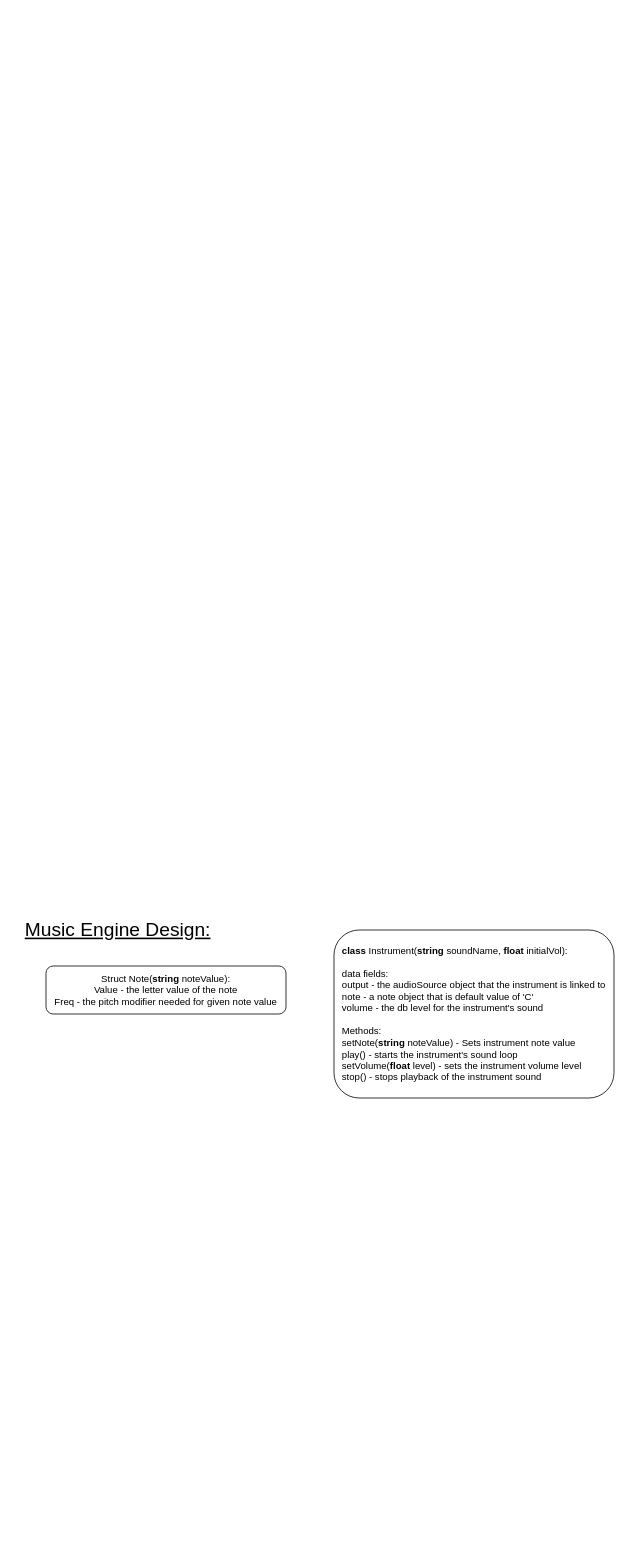
Above: misc Docs/MusicEngineDesign.drawio in jtarr10/SummerGameProject (draw.io), before the change. Source tidied: cells renumbered, new cells numbered last; positions are measured from the earlier drawing's top-left corner, leaving out a move shared by most shapes. Both pictures are drawn from the tidied source at 80%, with x=0, y=0 at pixel (14, 902).
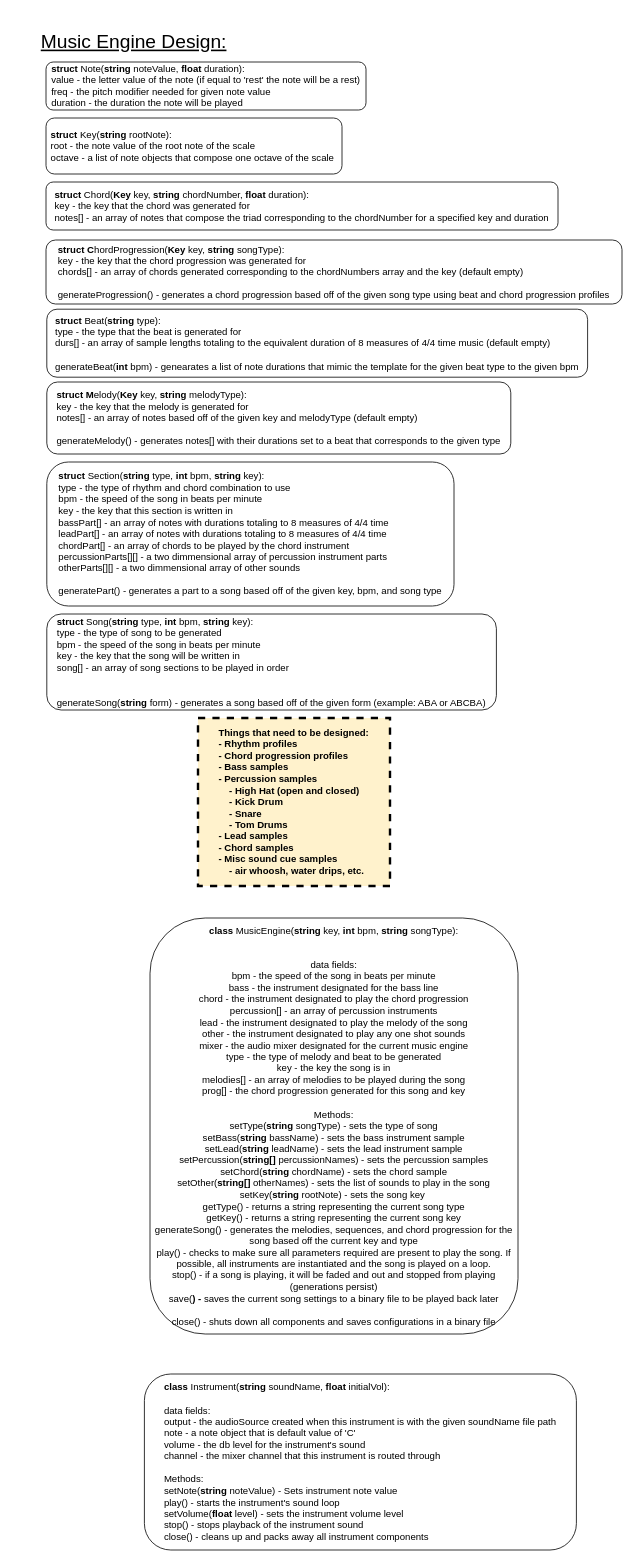
Above is the later version.

What changed in the source:
```diff
@@
 <mxGraphModel>
   <root>
     <mxCell id="0" />
     <mxCell id="1" parent="0" />
-    <mxCell id="2" value="Struct Note(&lt;b&gt;string &lt;/b&gt;noteValue):&lt;br&gt;Value - the letter value of the note&lt;br&gt;Freq - the pitch modifier needed for given note value&lt;br&gt;" style="rounded=1;whiteSpace=wrap;html=1;" parent="1" vertex="1">
-      <mxGeometry x="40" y="80" width="300" height="60" as="geometry" />
+    <mxCell id="2" value="&lt;div style=&quot;text-align: left&quot;&gt;&lt;b&gt;struct &lt;/b&gt;Note(&lt;b&gt;string &lt;/b&gt;noteValue, &lt;b&gt;float &lt;/b&gt;duration):&lt;/div&gt;&lt;div style=&quot;text-align: left&quot;&gt;&lt;span&gt;value - the letter value of the note (if equal to 'rest' the note will be a rest)&lt;/span&gt;&lt;/div&gt;&lt;div style=&quot;text-align: left&quot;&gt;&lt;span&gt;freq - the pitch modifier needed for given note value&lt;/span&gt;&lt;/div&gt;&lt;div style=&quot;text-align: left&quot;&gt;duration - the duration the note will be played&lt;/div&gt;" style="rounded=1;whiteSpace=wrap;html=1;" parent="1" vertex="1">
+      <mxGeometry x="40" y="-1050" width="400" height="60" as="geometry" />
     </mxCell>
     <mxCell id="3" value="&lt;font style=&quot;font-size: 24px&quot;&gt;&lt;u&gt;Music Engine Design:&lt;/u&gt;&lt;/font&gt;" style="text;html=1;strokeColor=none;fillColor=none;align=center;verticalAlign=middle;whiteSpace=wrap;rounded=0;" parent="1" vertex="1">
-      <mxGeometry width="260" height="70" as="geometry" />
+      <mxGeometry x="20" y="-1110" width="260" height="70" as="geometry" />
     </mxCell>
-    <mxCell id="4" value="&lt;div style=&quot;text-align: left&quot;&gt;&lt;b&gt;class&lt;/b&gt; Instrument(&lt;b&gt;string &lt;/b&gt;soundName, &lt;b&gt;float&lt;/b&gt;&amp;nbsp;initialVol):&lt;/div&gt;&lt;div style=&quot;text-align: left&quot;&gt;&lt;br&gt;&lt;/div&gt;&lt;div style=&quot;text-align: left&quot;&gt;data fields:&lt;/div&gt;&lt;div style=&quot;text-align: left&quot;&gt;&lt;span&gt;output - the audioSource object that the instrument is linked to&lt;/span&gt;&lt;/div&gt;&lt;div style=&quot;text-align: left&quot;&gt;&lt;span&gt;note - a note object that is default value of 'C'&lt;/span&gt;&lt;/div&gt;&lt;div style=&quot;text-align: left&quot;&gt;&lt;span&gt;volume - the db level for the instrument's sound&lt;/span&gt;&lt;/div&gt;&lt;div style=&quot;text-align: left&quot;&gt;&lt;br&gt;&lt;/div&gt;&lt;div style=&quot;text-align: left&quot;&gt;&lt;span&gt;Methods:&lt;/span&gt;&lt;/div&gt;&lt;div style=&quot;text-align: left&quot;&gt;setNote(&lt;b&gt;string&lt;/b&gt;&amp;nbsp;noteValue) - Sets instrument note value&lt;/div&gt;&lt;div style=&quot;text-align: left&quot;&gt;play() - starts the instrument's sound loop&lt;/div&gt;&lt;div style=&quot;text-align: left&quot;&gt;setVolume(&lt;b&gt;float&lt;/b&gt;&amp;nbsp;level) - sets the instrument volume level&lt;/div&gt;&lt;div style=&quot;text-align: left&quot;&gt;stop() - stops playback of the instrument sound&lt;/div&gt;" style="rounded=1;whiteSpace=wrap;html=1;" parent="1" vertex="1">
-      <mxGeometry x="400" y="35" width="350" height="210" as="geometry" />
+    <mxCell id="4" value="&lt;div style=&quot;text-align: left&quot;&gt;&lt;b&gt;class&lt;/b&gt; Instrument(&lt;b&gt;string &lt;/b&gt;soundName, &lt;b&gt;float&lt;/b&gt;&amp;nbsp;initialVol):&lt;/div&gt;&lt;div style=&quot;text-align: left&quot;&gt;&lt;br&gt;&lt;/div&gt;&lt;div style=&quot;text-align: left&quot;&gt;data fields:&lt;/div&gt;&lt;div style=&quot;text-align: left&quot;&gt;&lt;span&gt;output - the audioSource created when this instrument is with the given soundName file path&lt;/span&gt;&lt;/div&gt;&lt;div style=&quot;text-align: left&quot;&gt;&lt;span&gt;note - a note object that is default value of 'C'&lt;/span&gt;&lt;/div&gt;&lt;div style=&quot;text-align: left&quot;&gt;&lt;span&gt;volume - the db level for the instrument's sound&lt;/span&gt;&lt;/div&gt;&lt;div style=&quot;text-align: left&quot;&gt;&lt;span&gt;channel - the mixer channel that this instrument is routed through&lt;/span&gt;&lt;/div&gt;&lt;div style=&quot;text-align: left&quot;&gt;&lt;br&gt;&lt;/div&gt;&lt;div style=&quot;text-align: left&quot;&gt;&lt;span&gt;Methods:&lt;/span&gt;&lt;/div&gt;&lt;div style=&quot;text-align: left&quot;&gt;setNote(&lt;b&gt;string&lt;/b&gt;&amp;nbsp;noteValue) - Sets instrument note value&lt;/div&gt;&lt;div style=&quot;text-align: left&quot;&gt;play() - starts the instrument's sound loop&lt;/div&gt;&lt;div style=&quot;text-align: left&quot;&gt;setVolume(&lt;b&gt;float&lt;/b&gt;&amp;nbsp;level) - sets the instrument volume level&lt;/div&gt;&lt;div style=&quot;text-align: left&quot;&gt;stop() - stops playback of the instrument sound&lt;/div&gt;&lt;div style=&quot;text-align: left&quot;&gt;close() - cleans up and packs away all instrument components&lt;/div&gt;" style="rounded=1;whiteSpace=wrap;html=1;" parent="1" vertex="1">
+      <mxGeometry x="163" y="590" width="540" height="220" as="geometry" />
     </mxCell>
+    <mxCell id="5" value="&lt;div style=&quot;text-align: left&quot;&gt;&lt;b&gt;struct &lt;/b&gt;&lt;span&gt;Key(&lt;b&gt;string&lt;/b&gt; rootNote):&lt;/span&gt;&lt;/div&gt;&lt;div style=&quot;text-align: left&quot;&gt;&lt;span&gt;root - the note value of the root note of the scale&lt;/span&gt;&lt;/div&gt;&lt;div style=&quot;text-align: left&quot;&gt;&lt;span&gt;octave - a list of note objects that compose one octave of the scale&amp;nbsp;&lt;/span&gt;&lt;/div&gt;" style="rounded=1;whiteSpace=wrap;html=1;" parent="1" vertex="1">
+      <mxGeometry x="40" y="-980" width="370" height="70" as="geometry" />
+    </mxCell>
+    <mxCell id="6" value="&lt;div style=&quot;text-align: left&quot;&gt;&lt;b&gt;struct&lt;/b&gt; Chord(&lt;b&gt;Key &lt;/b&gt;key, &lt;b&gt;string &lt;/b&gt;chordNumber, &lt;b&gt;float &lt;/b&gt;duration):&lt;/div&gt;&lt;div style=&quot;text-align: left&quot;&gt;key - the key that the chord was generated for&lt;/div&gt;&lt;div style=&quot;text-align: left&quot;&gt;notes[] - an array of notes that compose the triad corresponding to the chordNumber for a specified key and duration&lt;/div&gt;" style="rounded=1;whiteSpace=wrap;html=1;" parent="1" vertex="1">
+      <mxGeometry x="40" y="-900" width="640" height="60" as="geometry" />
+    </mxCell>
+    <mxCell id="7" value="&lt;div style=&quot;text-align: left&quot;&gt;&lt;b&gt;struct C&lt;/b&gt;hordProgression(&lt;b&gt;Key &lt;/b&gt;key, &lt;b&gt;string&lt;/b&gt;&amp;nbsp;songType):&lt;/div&gt;&lt;div style=&quot;text-align: left&quot;&gt;key - the key that the chord progression was generated for&lt;/div&gt;&lt;div style=&quot;text-align: left&quot;&gt;chords[] - an array of chords generated corresponding to the chordNumbers array and the key (default empty)&amp;nbsp;&lt;/div&gt;&lt;div style=&quot;text-align: left&quot;&gt;&lt;br&gt;&lt;/div&gt;&lt;div style=&quot;text-align: left&quot;&gt;generateProgression() - generates a chord progression based off of the given song type using beat and chord progression profiles&lt;/div&gt;" style="rounded=1;whiteSpace=wrap;html=1;" parent="1" vertex="1">
+      <mxGeometry x="40" y="-827.5" width="720" height="80" as="geometry" />
+    </mxCell>
+    <mxCell id="8" value="&lt;div style=&quot;text-align: left&quot;&gt;&lt;b&gt;struct M&lt;/b&gt;elody(&lt;b&gt;Key &lt;/b&gt;key, &lt;b&gt;string&lt;/b&gt;&amp;nbsp;melodyType):&lt;/div&gt;&lt;div style=&quot;text-align: left&quot;&gt;&lt;span&gt;key - the key that the melody is generated for&lt;/span&gt;&lt;/div&gt;&lt;div style=&quot;text-align: left&quot;&gt;notes[] - an array of notes based off of the given key and melodyType (default empty)&lt;/div&gt;&lt;div style=&quot;text-align: left&quot;&gt;&lt;br&gt;&lt;/div&gt;&lt;div style=&quot;text-align: left&quot;&gt;generateMelody() - generates notes[] with their durations set to a beat that corresponds to the given type&lt;/div&gt;" style="rounded=1;whiteSpace=wrap;html=1;" parent="1" vertex="1">
+      <mxGeometry x="41" y="-650" width="580" height="90" as="geometry" />
+    </mxCell>
+    <mxCell id="9" value="&lt;div style=&quot;text-align: center&quot;&gt;&lt;b&gt;class &lt;/b&gt;MusicEngine(&lt;b&gt;string &lt;/b&gt;key, &lt;b&gt;int &lt;/b&gt;bpm, &lt;b&gt;string &lt;/b&gt;songType):&lt;/div&gt;&lt;div style=&quot;text-align: center&quot;&gt;&lt;span&gt;&lt;br&gt;&lt;/span&gt;&lt;/div&gt;&lt;div style=&quot;text-align: center&quot;&gt;&lt;br&gt;&lt;/div&gt;&lt;div style=&quot;text-align: center&quot;&gt;&lt;span&gt;data fields:&lt;/span&gt;&lt;/div&gt;&lt;div style=&quot;text-align: center&quot;&gt;&lt;span&gt;bpm - the speed of the song in beats per minute&lt;/span&gt;&lt;/div&gt;&lt;div style=&quot;text-align: center&quot;&gt;&lt;span&gt;bass - the instrument designated for the bass line&lt;/span&gt;&lt;/div&gt;&lt;div style=&quot;text-align: center&quot;&gt;&lt;span&gt;chord - the instrument designated to play the chord progression&lt;/span&gt;&lt;/div&gt;&lt;div style=&quot;text-align: center&quot;&gt;&lt;span&gt;percussion[] - an array of percussion instruments&lt;/span&gt;&lt;/div&gt;&lt;div style=&quot;text-align: center&quot;&gt;&lt;span&gt;lead - the instrument designated to play the melody of the song&lt;/span&gt;&lt;/div&gt;&lt;div style=&quot;text-align: center&quot;&gt;other - the instrument designated to play any one shot sounds&lt;/div&gt;&lt;div style=&quot;text-align: center&quot;&gt;&lt;span&gt;mixer - the audio mixer designated for the current music engine&lt;/span&gt;&lt;/div&gt;&lt;div style=&quot;text-align: center&quot;&gt;type - the type of melody and beat to be generated&lt;/div&gt;&lt;div style=&quot;text-align: center&quot;&gt;key - the key the song is in&lt;/div&gt;&lt;div style=&quot;text-align: center&quot;&gt;melodies[] - an array of melodies to be played during the song&lt;/div&gt;&lt;div style=&quot;text-align: center&quot;&gt;prog[] - the chord progression generated for this song and key&lt;/div&gt;&lt;div style=&quot;text-align: center&quot;&gt;&lt;br&gt;&lt;/div&gt;&lt;div style=&quot;text-align: center&quot;&gt;Methods:&lt;/div&gt;&lt;div style=&quot;text-align: center&quot;&gt;setType(&lt;b&gt;string &lt;/b&gt;songType) - sets the type of song&lt;/div&gt;&lt;div style=&quot;text-align: center&quot;&gt;setBass(&lt;b&gt;string &lt;/b&gt;bassName) - sets the bass instrument sample&lt;/div&gt;&lt;div style=&quot;text-align: center&quot;&gt;setLead(&lt;b&gt;string &lt;/b&gt;leadName) - sets the lead instrument sample&lt;/div&gt;&lt;div style=&quot;text-align: center&quot;&gt;setPercussion(&lt;b&gt;string[] &lt;/b&gt;percussionNames) - sets the percussion samples&lt;/div&gt;&lt;div style=&quot;text-align: center&quot;&gt;setChord(&lt;b&gt;string &lt;/b&gt;chordName) - sets the chord sample&lt;/div&gt;&lt;div style=&quot;text-align: center&quot;&gt;setOther(&lt;b&gt;string[] &lt;/b&gt;otherNames) - sets the list of sounds to play in the song&lt;/div&gt;&lt;div style=&quot;text-align: center&quot;&gt;setKey(&lt;b&gt;string&lt;/b&gt;&amp;nbsp;rootNote) - sets the song key&amp;nbsp;&lt;/div&gt;&lt;div style=&quot;text-align: center&quot;&gt;getType() - returns a string representing the current song type&lt;/div&gt;&lt;div style=&quot;text-align: center&quot;&gt;getKey() - returns a string representing the current song key&lt;/div&gt;&lt;div style=&quot;text-align: center&quot;&gt;generateSong() - generates the melodies, sequences, and chord progression for the song based off the current key and type&lt;/div&gt;&lt;div style=&quot;text-align: center&quot;&gt;play() - checks to make sure all parameters required are present to play the song. If possible, all instruments are instantiated and the song is played on a loop.&lt;/div&gt;&lt;div style=&quot;text-align: center&quot;&gt;stop() - if a song is playing, it will be faded and out and stopped from playing (generations persist)&lt;/div&gt;&lt;div style=&quot;text-align: center&quot;&gt;save(&lt;b&gt;) - &lt;/b&gt;saves the current song settings to a binary file to be played back later&lt;/div&gt;&lt;div style=&quot;text-align: center&quot;&gt;&lt;br&gt;&lt;/div&gt;&lt;div style=&quot;text-align: center&quot;&gt;close() - shuts down all components and saves configurations in a binary file&lt;/div&gt;" style="rounded=1;whiteSpace=wrap;html=1;" parent="1" vertex="1">
+      <mxGeometry x="170" y="20" width="460" height="520" as="geometry" />
+    </mxCell>
+    <mxCell id="10" value="&lt;div style=&quot;text-align: left&quot;&gt;&lt;b&gt;struct&lt;/b&gt;&amp;nbsp;Beat(&lt;b&gt;string &lt;/b&gt;type):&lt;/div&gt;&lt;div style=&quot;text-align: left&quot;&gt;&lt;span&gt;type - the type that the beat is generated for&lt;/span&gt;&lt;/div&gt;&lt;div style=&quot;text-align: left&quot;&gt;durs[] - an array of sample lengths totaling to the equivalent duration of 8 measures of 4/4 time music (default empty)&lt;/div&gt;&lt;div style=&quot;text-align: left&quot;&gt;&lt;br&gt;&lt;/div&gt;&lt;div style=&quot;text-align: left&quot;&gt;&lt;span&gt;generateBeat(&lt;/span&gt;&lt;b&gt;int &lt;/b&gt;&lt;span&gt;bpm) - genearates a list of note durations that mimic the template for the given beat type to the given bpm&lt;/span&gt;&lt;/div&gt;" style="rounded=1;whiteSpace=wrap;html=1;" parent="1" vertex="1">
+      <mxGeometry x="41" y="-741" width="676" height="85" as="geometry" />
+    </mxCell>
+    <mxCell id="11" value="&lt;div style=&quot;text-align: left&quot;&gt;&lt;b&gt;struct &lt;/b&gt;&lt;span&gt;Song(&lt;/span&gt;&lt;b&gt;string &lt;/b&gt;&lt;span&gt;type, &lt;/span&gt;&lt;b&gt;int &lt;/b&gt;&lt;span&gt;bpm, &lt;/span&gt;&lt;b&gt;string &lt;/b&gt;&lt;span&gt;key):&lt;/span&gt;&lt;/div&gt;&lt;div style=&quot;text-align: left&quot;&gt;&lt;span&gt;type - the type of song to be generated&lt;/span&gt;&lt;/div&gt;&lt;div style=&quot;text-align: left&quot;&gt;&lt;span&gt;bpm - the speed of the song in beats per minute&lt;/span&gt;&lt;/div&gt;&lt;div style=&quot;text-align: left&quot;&gt;&lt;span&gt;key - the key that the song will be written in&lt;/span&gt;&lt;/div&gt;&lt;div style=&quot;text-align: left&quot;&gt;song[] - an array of song sections to be played in order&lt;/div&gt;&lt;div style=&quot;text-align: left&quot;&gt;&lt;br&gt;&lt;/div&gt;&lt;div style=&quot;text-align: left&quot;&gt;&lt;br&gt;&lt;/div&gt;&lt;div style=&quot;text-align: left&quot;&gt;&lt;span&gt;generateSong(&lt;/span&gt;&lt;b&gt;string&lt;/b&gt;&lt;span&gt;&amp;nbsp;form) - generates a song based off of the given form (example: ABA or ABCBA)&lt;/span&gt;&lt;/div&gt;" style="rounded=1;whiteSpace=wrap;html=1;" parent="1" vertex="1">
+      <mxGeometry x="41" y="-360" width="562" height="120" as="geometry" />
+    </mxCell>
+    <mxCell id="12" value="&lt;div style=&quot;text-align: left&quot;&gt;&lt;b&gt;struct&amp;nbsp;&lt;/b&gt;&lt;span&gt;Section(&lt;/span&gt;&lt;b&gt;string &lt;/b&gt;&lt;span&gt;type, &lt;/span&gt;&lt;b&gt;int &lt;/b&gt;&lt;span&gt;bpm, &lt;/span&gt;&lt;b&gt;string &lt;/b&gt;&lt;span&gt;key):&lt;/span&gt;&lt;/div&gt;&lt;div style=&quot;text-align: left&quot;&gt;&lt;span&gt;type - the type of rhythm and chord combination to use&lt;/span&gt;&lt;/div&gt;&lt;div style=&quot;text-align: left&quot;&gt;&lt;span&gt;bpm - the speed of the song in beats per minute&lt;/span&gt;&lt;/div&gt;&lt;div style=&quot;text-align: left&quot;&gt;&lt;span&gt;key - the key that this section is written in&lt;/span&gt;&lt;/div&gt;&lt;div style=&quot;text-align: left&quot;&gt;&lt;span&gt;bassPart[] - an array of notes with durations totaling to 8 measures of 4/4 time&lt;/span&gt;&lt;/div&gt;&lt;div style=&quot;text-align: left&quot;&gt;&lt;span&gt;leadPart[] - an array of notes with durations totaling to 8 measures of 4/4 time&lt;/span&gt;&lt;/div&gt;&lt;div style=&quot;text-align: left&quot;&gt;&lt;span&gt;chordPart[] - an array of chords to be played by the chord instrument&lt;/span&gt;&lt;/div&gt;&lt;div style=&quot;text-align: left&quot;&gt;&lt;span&gt;percussionParts[][] - a two dimmensional array of percussion instrument parts&lt;/span&gt;&lt;/div&gt;&lt;div style=&quot;text-align: left&quot;&gt;&lt;span&gt;otherParts[][] - a two dimmensional array of other sounds&lt;/span&gt;&lt;/div&gt;&lt;div style=&quot;text-align: left&quot;&gt;&lt;span&gt;&lt;br&gt;&lt;/span&gt;&lt;/div&gt;&lt;div style=&quot;text-align: left&quot;&gt;&lt;span&gt;generatePart() - generates a part to a song based off of the given key, bpm, and song type&lt;/span&gt;&lt;/div&gt;" style="rounded=1;whiteSpace=wrap;html=1;" parent="1" vertex="1">
+      <mxGeometry x="41" y="-550" width="509" height="180" as="geometry" />
+    </mxCell>
+    <mxCell id="13" value="&lt;div style=&quot;text-align: left&quot;&gt;&lt;b&gt;&lt;font style=&quot;font-size: 12px&quot;&gt;Things that need to be designed:&lt;/font&gt;&lt;/b&gt;&lt;/div&gt;&lt;div style=&quot;text-align: left&quot;&gt;&lt;b&gt;&lt;font style=&quot;font-size: 12px&quot;&gt;- Rhythm profiles&lt;/font&gt;&lt;/b&gt;&lt;/div&gt;&lt;b&gt;&lt;font style=&quot;font-size: 12px&quot;&gt;&lt;div style=&quot;text-align: left&quot;&gt;&lt;b&gt;- Chord progression profiles&lt;/b&gt;&lt;/div&gt;&lt;div style=&quot;text-align: left&quot;&gt;&lt;b&gt;- Bass samples&lt;/b&gt;&lt;/div&gt;&lt;div style=&quot;text-align: left&quot;&gt;&lt;b&gt;- Percussion samples&lt;/b&gt;&lt;/div&gt;&lt;div style=&quot;text-align: left&quot;&gt;&lt;b&gt;&amp;nbsp; &amp;nbsp; - High Hat (open and closed)&lt;/b&gt;&lt;/div&gt;&lt;div style=&quot;text-align: left&quot;&gt;&lt;b&gt;&amp;nbsp; &amp;nbsp; - Kick Drum&lt;/b&gt;&lt;/div&gt;&lt;div style=&quot;text-align: left&quot;&gt;&lt;b&gt;&amp;nbsp; &amp;nbsp; - Snare&amp;nbsp;&lt;/b&gt;&lt;/div&gt;&lt;div style=&quot;text-align: left&quot;&gt;&lt;b&gt;&amp;nbsp; &amp;nbsp; - Tom Drums&lt;/b&gt;&lt;/div&gt;&lt;div style=&quot;text-align: left&quot;&gt;&lt;b&gt;- Lead samples&lt;/b&gt;&lt;/div&gt;&lt;div style=&quot;text-align: left&quot;&gt;&lt;b&gt;- Chord samples&lt;/b&gt;&lt;/div&gt;&lt;div style=&quot;text-align: left&quot;&gt;&lt;b&gt;- Misc sound cue samples&lt;/b&gt;&lt;/div&gt;&lt;div style=&quot;text-align: left&quot;&gt;&lt;b&gt;&amp;nbsp; &amp;nbsp; - air whoosh, water drips, etc.&lt;/b&gt;&lt;/div&gt;&lt;/font&gt;&lt;/b&gt;" style="rounded=0;whiteSpace=wrap;html=1;fillColor=#fff2cc;strokeColor=#000000;dashed=1;strokeWidth=3;" parent="1" vertex="1">
+      <mxGeometry x="230" y="-230" width="240" height="210" as="geometry" />
+    </mxCell>
   </root>
 </mxGraphModel>
```
